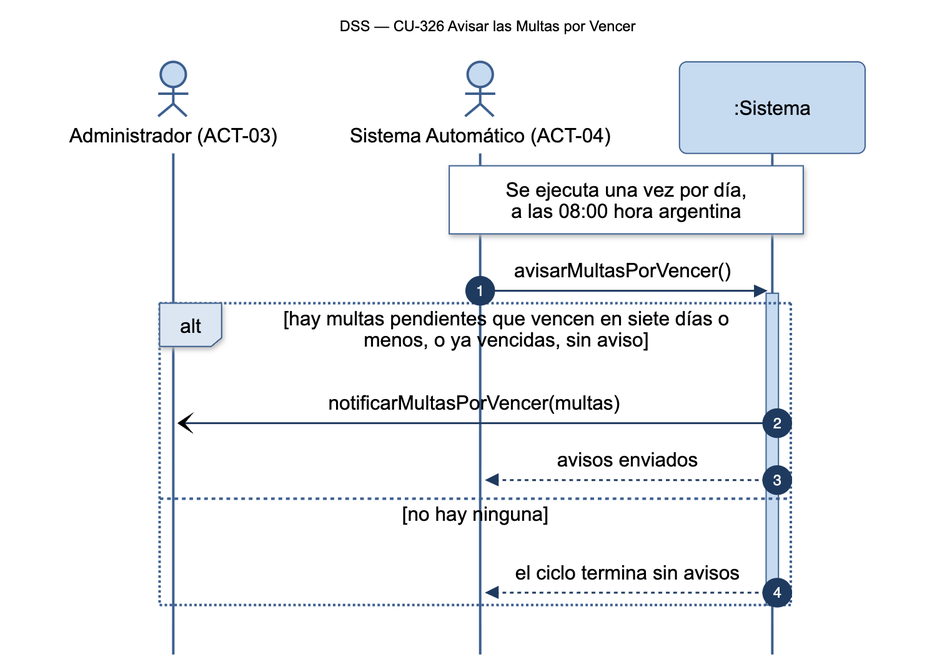
Before: diagramas/png/DSS_CU-326_Avisar-las-Multas-por-Vencer.png, a diagram exported from Mermaid (Nahuelito-Dev/splg-docs). Its source is kept beside it as diagramas/DSS_CU-326_Avisar-las-Multas-por-Vencer.mmd.
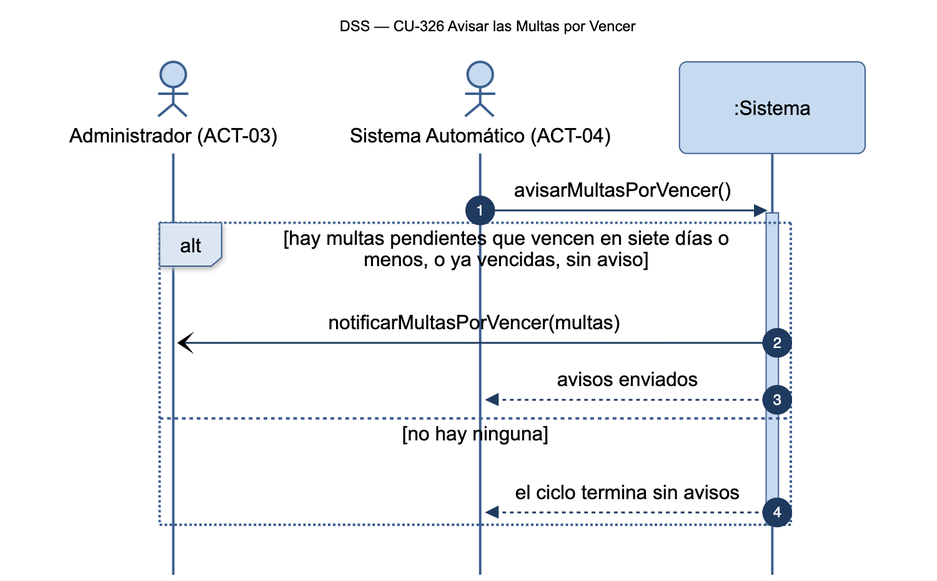
The same file after the commit.

What changed in the source:
```diff
@@ -5,7 +5,6 @@
     actor SAU as Sistema Automático (ACT-04)
     participant SIS as :Sistema
 
-    Note over SAU,SIS: Se ejecuta una vez por día,<br/>a las 08:00 hora argentina
     SAU->>SIS: avisarMultasPorVencer()
     activate SIS
     alt hay multas pendientes que vencen en siete días o menos, o ya vencidas, sin aviso
```
